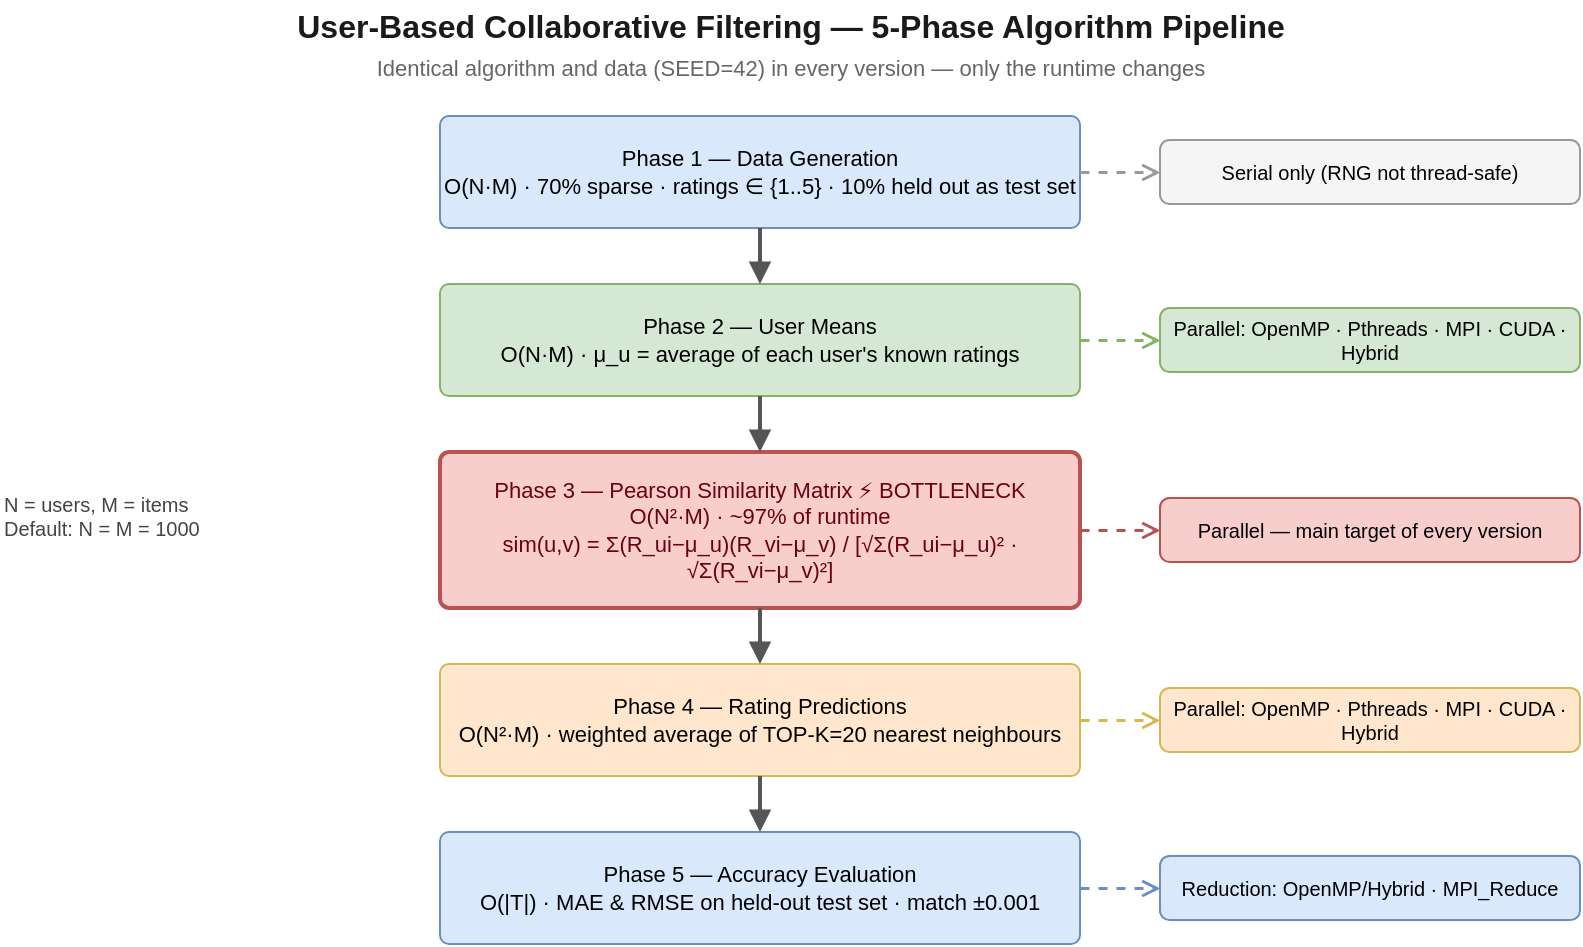
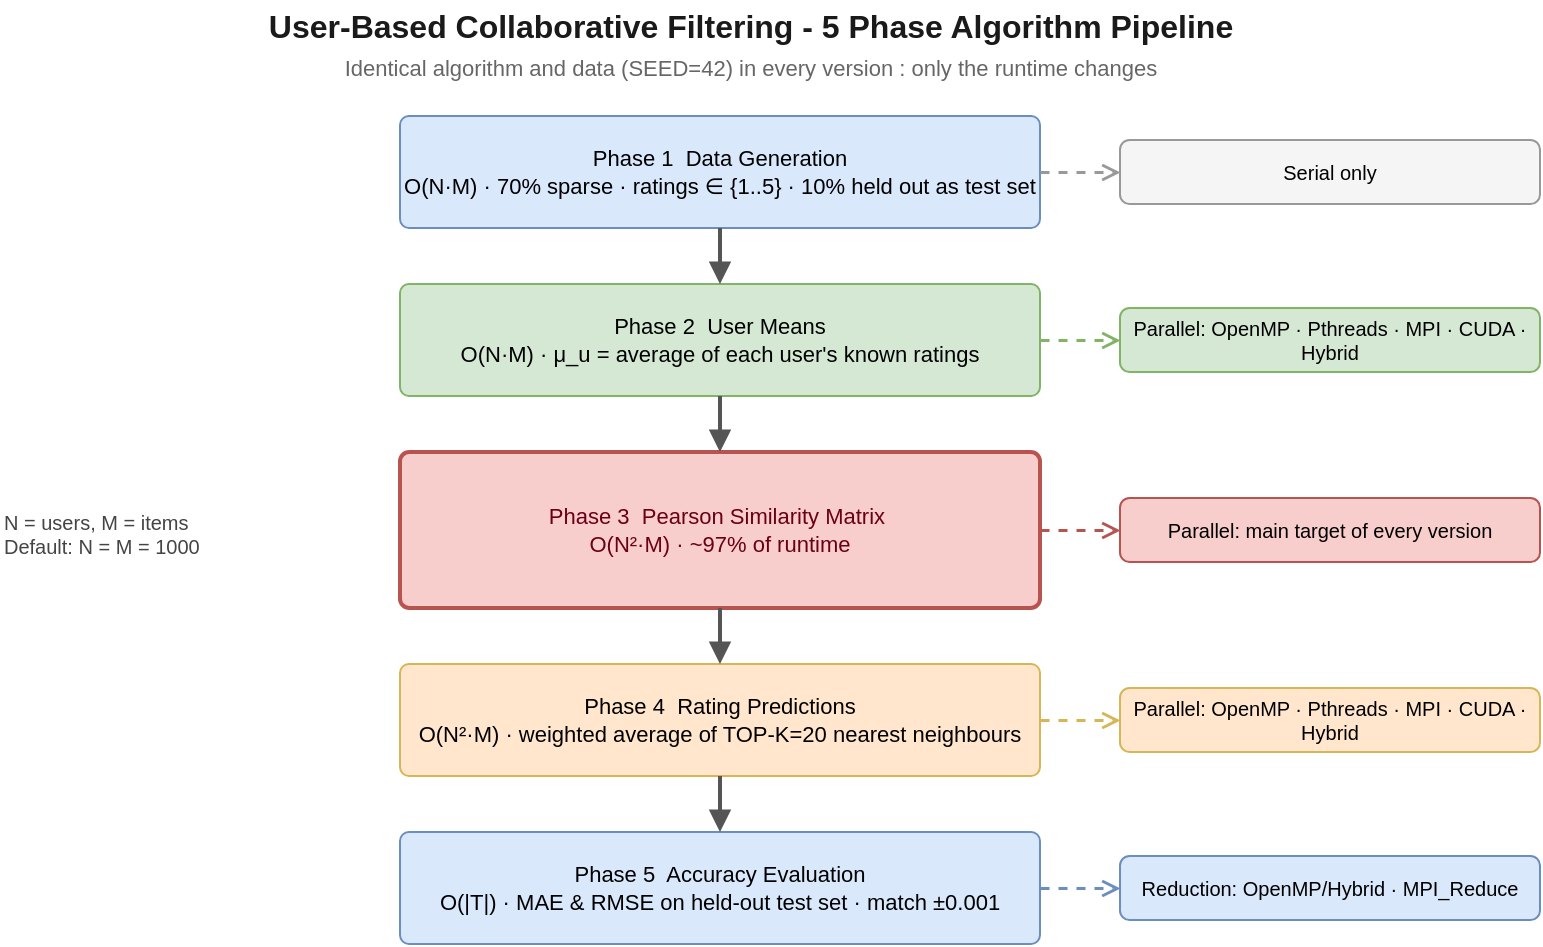
- <mxfile host="app.diagrams.net" version="21.1.2">
-   <diagram id="page1" name="1. Algorithm Pipeline">
-     <mxGraphModel dx="1000" dy="640" grid="1" gridSize="10" guides="1" tooltips="1" connect="1" arrows="1" fold="1" page="1" pageScale="1" pageWidth="850" pageHeight="600" math="0" shadow="0">
-       <root>
-         <mxCell id="0" />
-         <mxCell id="1" parent="0" />
- 
-         <!-- Title -->
-         <mxCell id="ttl" value="User-Based Collaborative Filtering — 5-Phase Algorithm Pipeline" style="text;html=1;align=center;verticalAlign=middle;fontStyle=1;fontSize=16;fontColor=#1a1a1a;" vertex="1" parent="1">
-           <mxGeometry x="125" y="20" width="600" height="26" as="geometry" />
-         </mxCell>
-         <mxCell id="sub" value="Identical algorithm and data (SEED=42) in every version — only the runtime changes" style="text;html=1;align=center;verticalAlign=middle;fontSize=11;fontColor=#666666;" vertex="1" parent="1">
-           <mxGeometry x="125" y="44" width="600" height="20" as="geometry" />
-         </mxCell>
- 
-         <!-- Phases (centre column) -->
-         <mxCell id="p1" value="Phase 1 — Data Generation&#10;O(N·M)  ·  70% sparse  ·  ratings ∈ {1..5}  ·  10% held out as test set" style="rounded=1;whiteSpace=wrap;html=1;fillColor=#dae8fc;strokeColor=#6c8ebf;fontSize=11;arcSize=8;verticalAlign=middle;" vertex="1" parent="1">
-           <mxGeometry x="250" y="78" width="320" height="56" as="geometry" />
-         </mxCell>
-         <mxCell id="p2" value="Phase 2 — User Means&#10;O(N·M)  ·  μ_u = average of each user's known ratings" style="rounded=1;whiteSpace=wrap;html=1;fillColor=#d5e8d4;strokeColor=#82b366;fontSize=11;arcSize=8;verticalAlign=middle;" vertex="1" parent="1">
-           <mxGeometry x="250" y="162" width="320" height="56" as="geometry" />
-         </mxCell>
-         <mxCell id="p3" value="Phase 3 — Pearson Similarity Matrix   ⚡ BOTTLENECK&#10;O(N²·M)  ·  ~97% of runtime&#10;sim(u,v) = Σ(R_ui−μ_u)(R_vi−μ_v) / [√Σ(R_ui−μ_u)² · √Σ(R_vi−μ_v)²]" style="rounded=1;whiteSpace=wrap;html=1;fillColor=#f8cecc;strokeColor=#b85450;strokeWidth=2;fontSize=11;arcSize=6;fontColor=#6b0014;verticalAlign=middle;" vertex="1" parent="1">
-           <mxGeometry x="250" y="246" width="320" height="78" as="geometry" />
-         </mxCell>
-         <mxCell id="p4" value="Phase 4 — Rating Predictions&#10;O(N²·M)  ·  weighted average of TOP-K=20 nearest neighbours" style="rounded=1;whiteSpace=wrap;html=1;fillColor=#ffe6cc;strokeColor=#d6b656;fontSize=11;arcSize=8;verticalAlign=middle;" vertex="1" parent="1">
-           <mxGeometry x="250" y="352" width="320" height="56" as="geometry" />
-         </mxCell>
-         <mxCell id="p5" value="Phase 5 — Accuracy Evaluation&#10;O(|T|)  ·  MAE &amp; RMSE on held-out test set  ·  match ±0.001" style="rounded=1;whiteSpace=wrap;html=1;fillColor=#dae8fc;strokeColor=#6c8ebf;fontSize=11;arcSize=8;verticalAlign=middle;" vertex="1" parent="1">
-           <mxGeometry x="250" y="436" width="320" height="56" as="geometry" />
-         </mxCell>
- 
-         <!-- Flow arrows -->
-         <mxCell id="a12" style="edgeStyle=orthogonalEdgeStyle;rounded=0;html=1;endArrow=block;endFill=1;strokeWidth=2;strokeColor=#555555;" edge="1" source="p1" target="p2" parent="1"><mxGeometry relative="1" as="geometry" /></mxCell>
-         <mxCell id="a23" style="edgeStyle=orthogonalEdgeStyle;rounded=0;html=1;endArrow=block;endFill=1;strokeWidth=2;strokeColor=#555555;" edge="1" source="p2" target="p3" parent="1"><mxGeometry relative="1" as="geometry" /></mxCell>
-         <mxCell id="a34" style="edgeStyle=orthogonalEdgeStyle;rounded=0;html=1;endArrow=block;endFill=1;strokeWidth=2;strokeColor=#555555;" edge="1" source="p3" target="p4" parent="1"><mxGeometry relative="1" as="geometry" /></mxCell>
-         <mxCell id="a45" style="edgeStyle=orthogonalEdgeStyle;rounded=0;html=1;endArrow=block;endFill=1;strokeWidth=2;strokeColor=#555555;" edge="1" source="p4" target="p5" parent="1"><mxGeometry relative="1" as="geometry" /></mxCell>
- 
-         <!-- Right column: which versions parallelise each phase -->
-         <mxCell id="b1" value="Serial only (RNG not thread-safe)" style="rounded=1;whiteSpace=wrap;html=1;fillColor=#f5f5f5;strokeColor=#999999;fontSize=10;verticalAlign=middle;" vertex="1" parent="1">
-           <mxGeometry x="610" y="90" width="210" height="32" as="geometry" />
-         </mxCell>
-         <mxCell id="b2" value="Parallel: OpenMP · Pthreads · MPI · CUDA · Hybrid" style="rounded=1;whiteSpace=wrap;html=1;fillColor=#d5e8d4;strokeColor=#82b366;fontSize=10;verticalAlign=middle;" vertex="1" parent="1">
-           <mxGeometry x="610" y="174" width="210" height="32" as="geometry" />
-         </mxCell>
-         <mxCell id="b3" value="Parallel — main target of every version" style="rounded=1;whiteSpace=wrap;html=1;fillColor=#f8cecc;strokeColor=#b85450;fontSize=10;verticalAlign=middle;" vertex="1" parent="1">
-           <mxGeometry x="610" y="269" width="210" height="32" as="geometry" />
-         </mxCell>
-         <mxCell id="b4" value="Parallel: OpenMP · Pthreads · MPI · CUDA · Hybrid" style="rounded=1;whiteSpace=wrap;html=1;fillColor=#ffe6cc;strokeColor=#d6b656;fontSize=10;verticalAlign=middle;" vertex="1" parent="1">
-           <mxGeometry x="610" y="364" width="210" height="32" as="geometry" />
-         </mxCell>
-         <mxCell id="b5" value="Reduction: OpenMP/Hybrid · MPI_Reduce" style="rounded=1;whiteSpace=wrap;html=1;fillColor=#dae8fc;strokeColor=#6c8ebf;fontSize=10;verticalAlign=middle;" vertex="1" parent="1">
-           <mxGeometry x="610" y="448" width="210" height="32" as="geometry" />
-         </mxCell>
- 
-         <mxCell id="e1" style="html=1;dashed=1;endArrow=open;endFill=0;strokeColor=#999999;strokeWidth=1.5;" edge="1" source="p1" target="b1" parent="1"><mxGeometry relative="1" as="geometry" /></mxCell>
-         <mxCell id="e2" style="html=1;dashed=1;endArrow=open;endFill=0;strokeColor=#82b366;strokeWidth=1.5;" edge="1" source="p2" target="b2" parent="1"><mxGeometry relative="1" as="geometry" /></mxCell>
-         <mxCell id="e3" style="html=1;dashed=1;endArrow=open;endFill=0;strokeColor=#b85450;strokeWidth=1.5;" edge="1" source="p3" target="b3" parent="1"><mxGeometry relative="1" as="geometry" /></mxCell>
-         <mxCell id="e4" style="html=1;dashed=1;endArrow=open;endFill=0;strokeColor=#d6b656;strokeWidth=1.5;" edge="1" source="p4" target="b4" parent="1"><mxGeometry relative="1" as="geometry" /></mxCell>
-         <mxCell id="e5" style="html=1;dashed=1;endArrow=open;endFill=0;strokeColor=#6c8ebf;strokeWidth=1.5;" edge="1" source="p5" target="b5" parent="1"><mxGeometry relative="1" as="geometry" /></mxCell>
- 
-         <!-- Legend (left) -->
-         <mxCell id="lt" value="N = users, M = items&#10;Default: N = M = 1000" style="text;html=1;align=left;verticalAlign=top;fontSize=10;fontColor=#444444;" vertex="1" parent="1">
-           <mxGeometry x="30" y="260" width="180" height="50" as="geometry" />
-         </mxCell>
-       </root>
-     </mxGraphModel>
-   </diagram>
- </mxfile>
+ <mxfile host="65bd71144e">
+     <diagram id="page1" name="1. Algorithm Pipeline">
+         <mxGraphModel dx="1276" dy="313" grid="1" gridSize="10" guides="1" tooltips="1" connect="1" arrows="1" fold="1" page="1" pageScale="1" pageWidth="850" pageHeight="600" math="0" shadow="0">
+             <root>
+                 <mxCell id="0"/>
+                 <mxCell id="1" parent="0"/>
+                 <mxCell id="ttl" value="User-Based Collaborative Filtering - 5 Phase Algorithm Pipeline" style="text;html=1;align=center;verticalAlign=middle;fontStyle=1;fontSize=16;fontColor=#1a1a1a;" parent="1" vertex="1">
+                     <mxGeometry x="125" y="20" width="600" height="26" as="geometry"/>
+                 </mxCell>
+                 <mxCell id="sub" value="Identical algorithm and data (SEED=42) in every version : only the runtime changes" style="text;html=1;align=center;verticalAlign=middle;fontSize=11;fontColor=#666666;" parent="1" vertex="1">
+                     <mxGeometry x="125" y="44" width="600" height="20" as="geometry"/>
+                 </mxCell>
+                 <mxCell id="p1" value="Phase 1&amp;nbsp; Data Generation&lt;br&gt;O(N·M)  ·  70% sparse  ·  ratings ∈ {1..5}  ·  10% held out as test set" style="rounded=1;whiteSpace=wrap;html=1;fillColor=#dae8fc;strokeColor=#6c8ebf;fontSize=11;arcSize=8;verticalAlign=middle;" parent="1" vertex="1">
+                     <mxGeometry x="250" y="78" width="320" height="56" as="geometry"/>
+                 </mxCell>
+                 <mxCell id="p2" value="Phase 2&amp;nbsp; User Means&lt;br&gt;O(N·M)  ·  μ_u = average of each user&#39;s known ratings" style="rounded=1;whiteSpace=wrap;html=1;fillColor=#d5e8d4;strokeColor=#82b366;fontSize=11;arcSize=8;verticalAlign=middle;" parent="1" vertex="1">
+                     <mxGeometry x="250" y="162" width="320" height="56" as="geometry"/>
+                 </mxCell>
+                 <mxCell id="p3" value="Phase 3&amp;nbsp; Pearson Similarity Matrix&amp;nbsp;&lt;br&gt;O(N²·M)  ·  ~97% of runtime" style="rounded=1;whiteSpace=wrap;html=1;fillColor=#f8cecc;strokeColor=#b85450;strokeWidth=2;fontSize=11;arcSize=6;fontColor=#6b0014;verticalAlign=middle;" parent="1" vertex="1">
+                     <mxGeometry x="250" y="246" width="320" height="78" as="geometry"/>
+                 </mxCell>
+                 <mxCell id="p4" value="Phase 4&amp;nbsp; Rating Predictions&lt;br&gt;O(N²·M)  ·  weighted average of TOP-K=20 nearest neighbours" style="rounded=1;whiteSpace=wrap;html=1;fillColor=#ffe6cc;strokeColor=#d6b656;fontSize=11;arcSize=8;verticalAlign=middle;" parent="1" vertex="1">
+                     <mxGeometry x="250" y="352" width="320" height="56" as="geometry"/>
+                 </mxCell>
+                 <mxCell id="p5" value="Phase 5&amp;nbsp; Accuracy Evaluation&lt;br&gt;O(|T|)  ·  MAE &amp;amp; RMSE on held-out test set  ·  match ±0.001" style="rounded=1;whiteSpace=wrap;html=1;fillColor=#dae8fc;strokeColor=#6c8ebf;fontSize=11;arcSize=8;verticalAlign=middle;" parent="1" vertex="1">
+                     <mxGeometry x="250" y="436" width="320" height="56" as="geometry"/>
+                 </mxCell>
+                 <mxCell id="a12" style="edgeStyle=orthogonalEdgeStyle;rounded=0;html=1;endArrow=block;endFill=1;strokeWidth=2;strokeColor=#555555;" parent="1" source="p1" target="p2" edge="1">
+                     <mxGeometry relative="1" as="geometry"/>
+                 </mxCell>
+                 <mxCell id="a23" style="edgeStyle=orthogonalEdgeStyle;rounded=0;html=1;endArrow=block;endFill=1;strokeWidth=2;strokeColor=#555555;" parent="1" source="p2" target="p3" edge="1">
+                     <mxGeometry relative="1" as="geometry"/>
+                 </mxCell>
+                 <mxCell id="a34" style="edgeStyle=orthogonalEdgeStyle;rounded=0;html=1;endArrow=block;endFill=1;strokeWidth=2;strokeColor=#555555;" parent="1" source="p3" target="p4" edge="1">
+                     <mxGeometry relative="1" as="geometry"/>
+                 </mxCell>
+                 <mxCell id="a45" style="edgeStyle=orthogonalEdgeStyle;rounded=0;html=1;endArrow=block;endFill=1;strokeWidth=2;strokeColor=#555555;" parent="1" source="p4" target="p5" edge="1">
+                     <mxGeometry relative="1" as="geometry"/>
+                 </mxCell>
+                 <mxCell id="b1" value="Serial only" style="rounded=1;whiteSpace=wrap;html=1;fillColor=#f5f5f5;strokeColor=#999999;fontSize=10;verticalAlign=middle;" parent="1" vertex="1">
+                     <mxGeometry x="610" y="90" width="210" height="32" as="geometry"/>
+                 </mxCell>
+                 <mxCell id="b2" value="Parallel: OpenMP · Pthreads · MPI · CUDA · Hybrid" style="rounded=1;whiteSpace=wrap;html=1;fillColor=#d5e8d4;strokeColor=#82b366;fontSize=10;verticalAlign=middle;" parent="1" vertex="1">
+                     <mxGeometry x="610" y="174" width="210" height="32" as="geometry"/>
+                 </mxCell>
+                 <mxCell id="b3" value="Parallel: main target of every version" style="rounded=1;whiteSpace=wrap;html=1;fillColor=#f8cecc;strokeColor=#b85450;fontSize=10;verticalAlign=middle;" parent="1" vertex="1">
+                     <mxGeometry x="610" y="269" width="210" height="32" as="geometry"/>
+                 </mxCell>
+                 <mxCell id="b4" value="Parallel: OpenMP · Pthreads · MPI · CUDA · Hybrid" style="rounded=1;whiteSpace=wrap;html=1;fillColor=#ffe6cc;strokeColor=#d6b656;fontSize=10;verticalAlign=middle;" parent="1" vertex="1">
+                     <mxGeometry x="610" y="364" width="210" height="32" as="geometry"/>
+                 </mxCell>
+                 <mxCell id="b5" value="Reduction: OpenMP/Hybrid · MPI_Reduce" style="rounded=1;whiteSpace=wrap;html=1;fillColor=#dae8fc;strokeColor=#6c8ebf;fontSize=10;verticalAlign=middle;" parent="1" vertex="1">
+                     <mxGeometry x="610" y="448" width="210" height="32" as="geometry"/>
+                 </mxCell>
+                 <mxCell id="e1" style="html=1;dashed=1;endArrow=open;endFill=0;strokeColor=#999999;strokeWidth=1.5;" parent="1" source="p1" target="b1" edge="1">
+                     <mxGeometry relative="1" as="geometry"/>
+                 </mxCell>
+                 <mxCell id="e2" style="html=1;dashed=1;endArrow=open;endFill=0;strokeColor=#82b366;strokeWidth=1.5;" parent="1" source="p2" target="b2" edge="1">
+                     <mxGeometry relative="1" as="geometry"/>
+                 </mxCell>
+                 <mxCell id="e3" style="html=1;dashed=1;endArrow=open;endFill=0;strokeColor=#b85450;strokeWidth=1.5;" parent="1" source="p3" target="b3" edge="1">
+                     <mxGeometry relative="1" as="geometry"/>
+                 </mxCell>
+                 <mxCell id="e4" style="html=1;dashed=1;endArrow=open;endFill=0;strokeColor=#d6b656;strokeWidth=1.5;" parent="1" source="p4" target="b4" edge="1">
+                     <mxGeometry relative="1" as="geometry"/>
+                 </mxCell>
+                 <mxCell id="e5" style="html=1;dashed=1;endArrow=open;endFill=0;strokeColor=#6c8ebf;strokeWidth=1.5;" parent="1" source="p5" target="b5" edge="1">
+                     <mxGeometry relative="1" as="geometry"/>
+                 </mxCell>
+                 <mxCell id="lt" value="N = users, M = items&#xa;Default: N = M = 1000" style="text;html=1;align=left;verticalAlign=top;fontSize=10;fontColor=#444444;" parent="1" vertex="1">
+                     <mxGeometry x="50" y="269" width="180" height="50" as="geometry"/>
+                 </mxCell>
+             </root>
+         </mxGraphModel>
+     </diagram>
+ </mxfile>